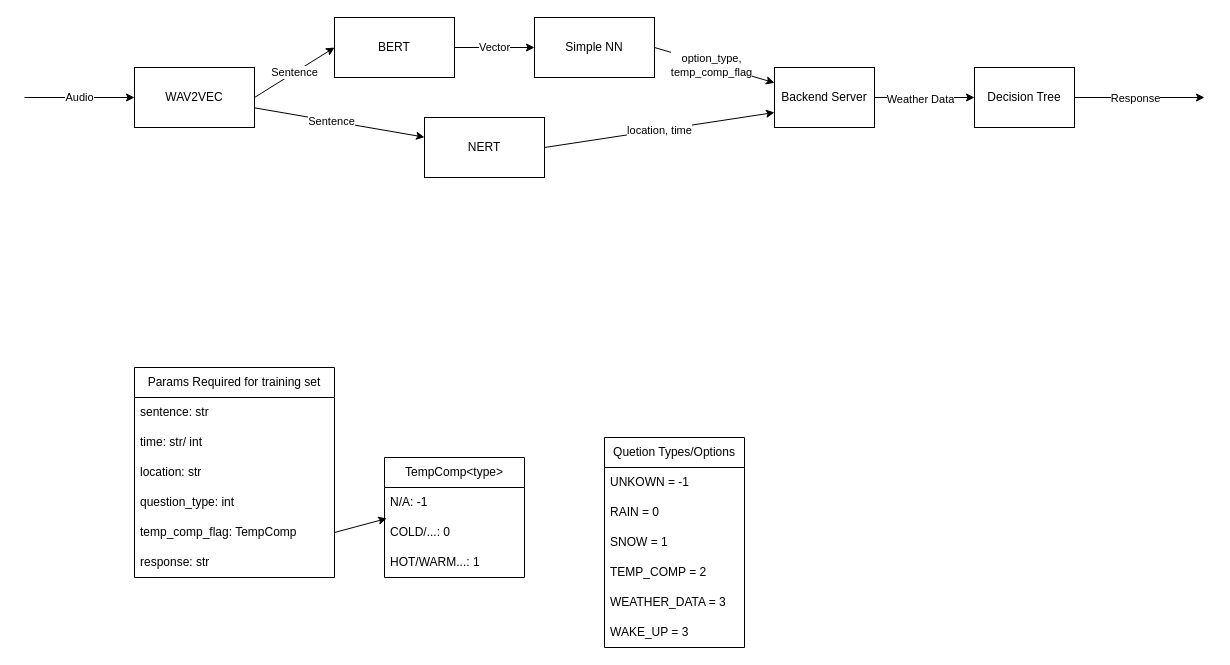
Earlier version of the draw.io diagram flowchart.drawio (jidalii/audio-weather-assistant). Source tidied: cells renumbered, new cells numbered last; positions are measured from the earlier drawing's top-left corner, leaving out a move shared by most shapes. Both pictures are drawn from the tidied source at 100%, with x=0, y=0 at pixel (24, 17).
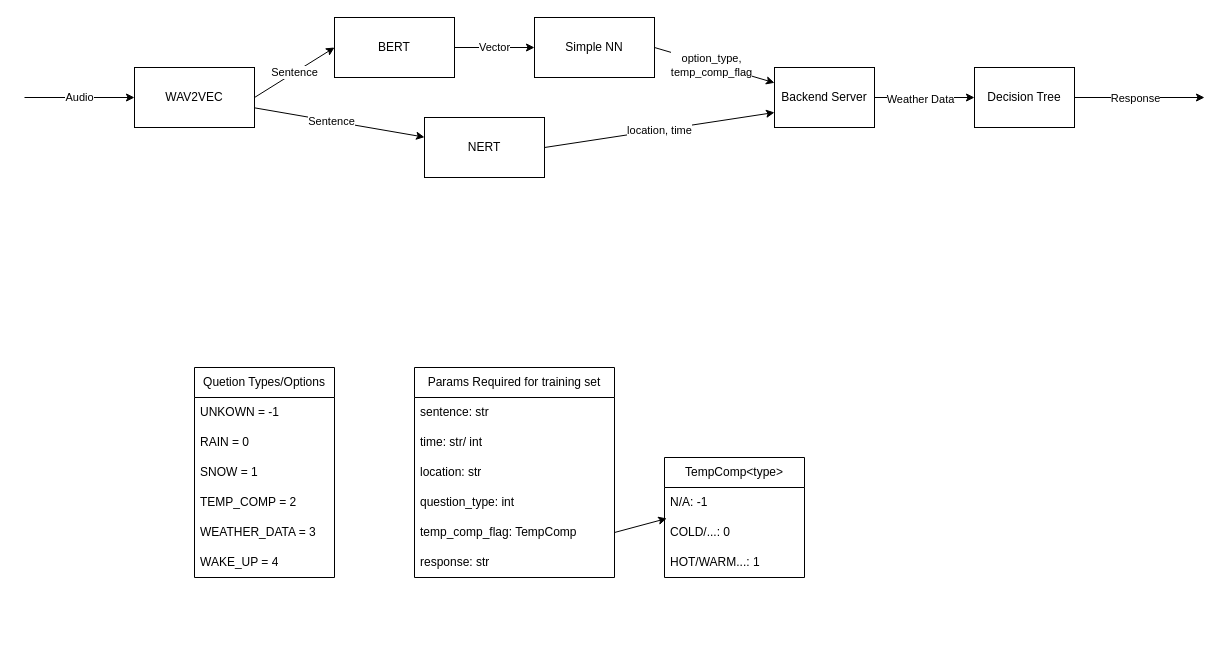
After the change.

Diff of the diagram source:
```diff
@@
     <mxCell id="19" value="Quetion Types/Options" style="swimlane;fontStyle=0;horizontal=1;startSize=30;whiteSpace=wrap;html=1;" parent="1" vertex="1">
-      <mxGeometry x="580" y="420" width="140" height="210" as="geometry" />
+      <mxGeometry x="170" y="350" width="140" height="210" as="geometry" />
     </mxCell>
@@
-    <mxCell id="25" value="WAKE_UP = 3" style="text;strokeColor=none;fillColor=none;align=left;verticalAlign=middle;spacingLeft=4;spacingRight=4;overflow=hidden;whiteSpace=wrap;html=1;" parent="19" vertex="1">
+    <mxCell id="25" value="WAKE_UP = 4" style="text;strokeColor=none;fillColor=none;align=left;verticalAlign=middle;spacingLeft=4;spacingRight=4;overflow=hidden;whiteSpace=wrap;html=1;" parent="19" vertex="1">
       <mxGeometry y="180" width="140" height="30" as="geometry" />
     </mxCell>
     <mxCell id="26" value="Params Required for training set" style="swimlane;fontStyle=0;horizontal=1;startSize=30;whiteSpace=wrap;html=1;" parent="1" vertex="1">
-      <mxGeometry x="110" y="350" width="200" height="210" as="geometry" />
+      <mxGeometry x="390" y="350" width="200" height="210" as="geometry" />
     </mxCell>
@@
     <mxCell id="33" value="TempComp&amp;lt;type&amp;gt;" style="swimlane;fontStyle=0;horizontal=1;startSize=30;whiteSpace=wrap;html=1;" parent="1" vertex="1">
-      <mxGeometry x="360" y="440" width="140" height="120" as="geometry" />
+      <mxGeometry x="640" y="440" width="140" height="120" as="geometry" />
     </mxCell>
```
